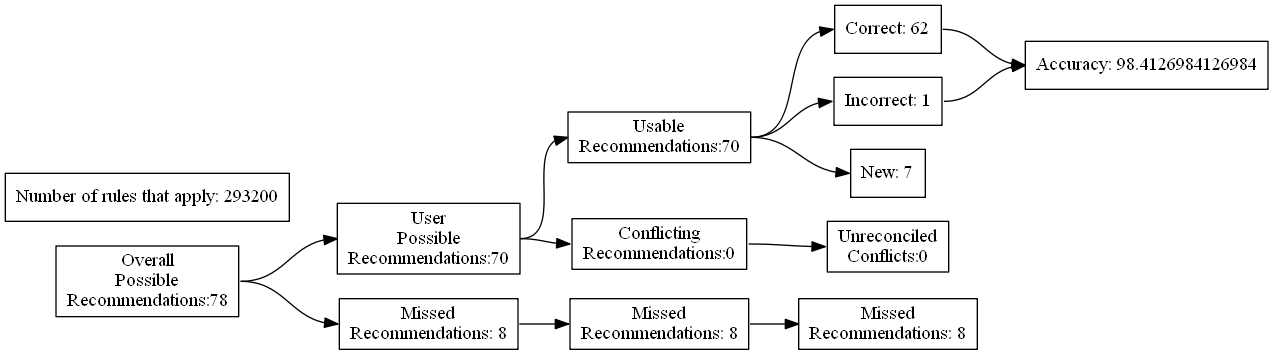
ZaxR/ibd_diet_analysis keeps this Graphviz diagram as test_renders/91.gv.png. Above is the earlier version. Its source is kept beside it as test_renders/91.gv.
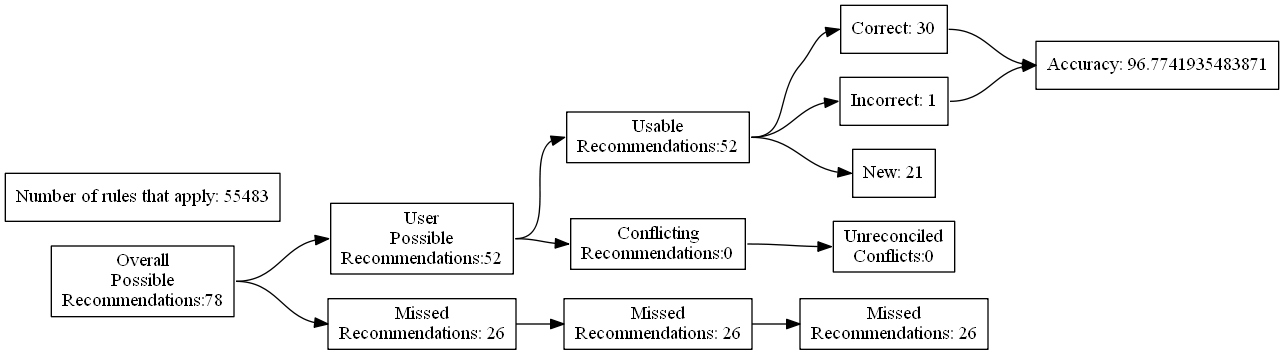
The same file after the commit.

The edit, as a diff of the source:
```diff
@@ -7,24 +7,24 @@
 Recommendations:78"]
 		B [label="User
 Possible
-Recommendations:70"]
+Recommendations:52"]
 		C [label="Missed
-Recommendations: 8"]
+Recommendations: 26"]
 		D [label="Usable
-Recommendations:70"]
+Recommendations:52"]
 		E [label="Conflicting
 Recommendations:0"]
 		J [label="Missed
-Recommendations: 8"]
+Recommendations: 26"]
 		M [label="Unreconciled
 Conflicts:0"]
-		F [label="Correct: 62"]
+		F [label="Correct: 30"]
 		G [label="Incorrect: 1"]
-		H [label="New: 7"]
+		H [label="New: 21"]
 		K [label="Missed
-Recommendations: 8"]
-		I [label="Accuracy: 98.4126984126984"]
-		l [label="Number of rules that apply: 293200"]
+Recommendations: 26"]
+		I [label="Accuracy: 96.7741935483871"]
+		l [label="Number of rules that apply: 55483"]
 			A -> B
 			A -> C
 			B -> D
```
